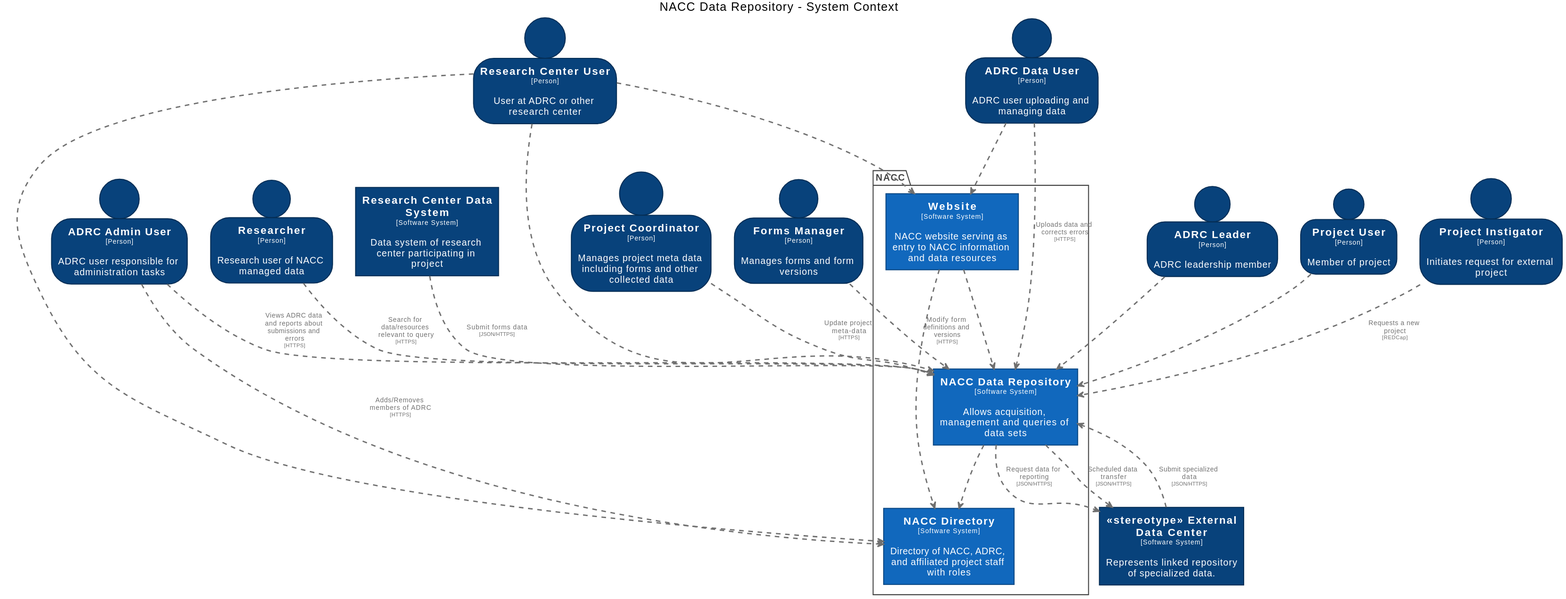
This is docs/images/structurizr-RepositoryContext.svg from naccdata/system-design, a PlantUML export, as it was before one commit.
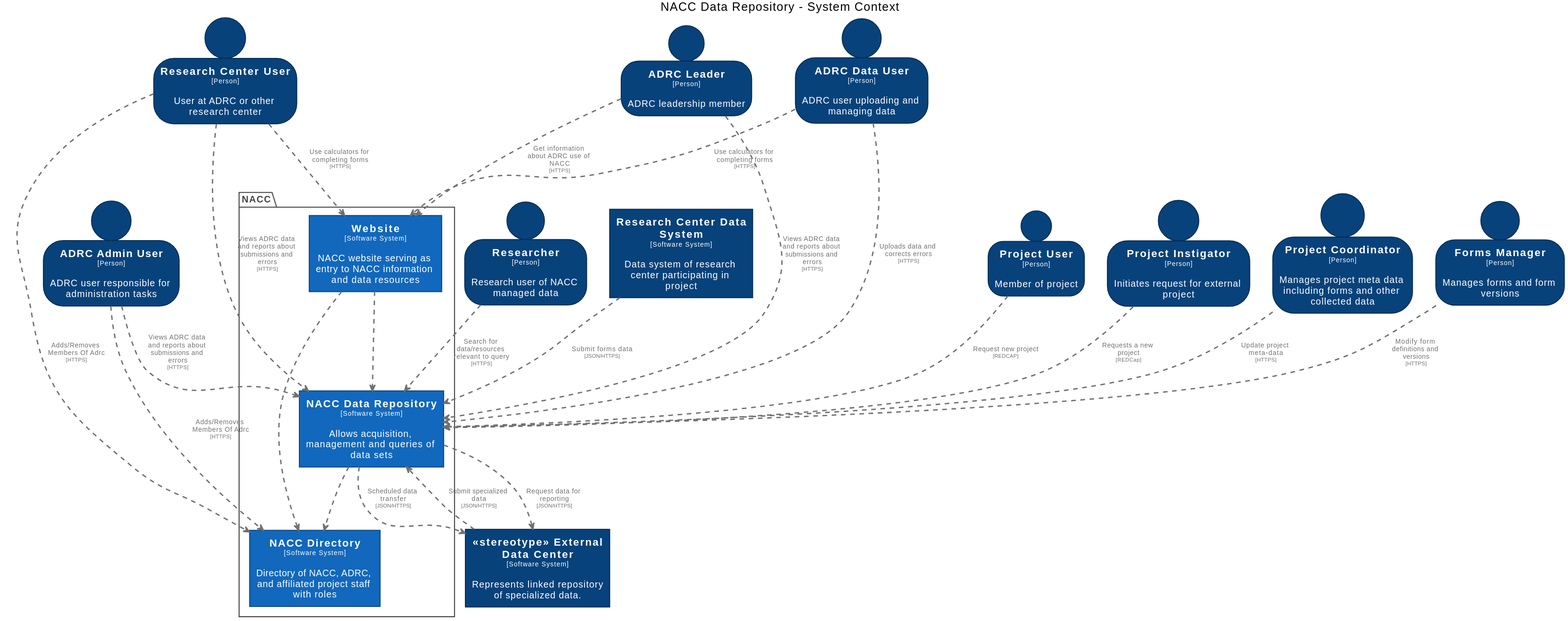
After the commit.

The edit, as a diff of the source:
```diff
@@ -107,16 +107,17 @@
 
 Website .[#707070,thickness=2].> NACCDataRepository : "<color:#707070>"
 Website .[#707070,thickness=2].> NACCDirectory : "<color:#707070>"
-ResearchCenterUser .[#707070,thickness=2].> Website : "<color:#707070>"
-ResearchCenterUser .[#707070,thickness=2].> NACCDirectory : "<color:#707070>"
-ResearchCenterUser .[#707070,thickness=2].> NACCDataRepository : "<color:#707070>"
+ResearchCenterUser .[#707070,thickness=2].> Website : "<color:#707070>Use calculators for completing forms\n<color:#707070><size:8>[HTTPS]</size>"
+ResearchCenterUser .[#707070,thickness=2].> NACCDirectory : "<color:#707070>Adds/Removes Members Of Adrc\n<color:#707070><size:8>[HTTPS]</size>"
+ResearchCenterUser .[#707070,thickness=2].> NACCDataRepository : "<color:#707070>Views ADRC data and reports about submissions and errors\n<color:#707070><size:8>[HTTPS]</size>"
 ADRCDataUser .[#707070,thickness=2].> NACCDataRepository : "<color:#707070>Uploads data and corrects errors\n<color:#707070><size:8>[HTTPS]</size>"
-ADRCDataUser .[#707070,thickness=2].> Website : "<color:#707070>"
-ADRCAdminUser .[#707070,thickness=2].> NACCDirectory : "<color:#707070>Adds/Removes members of ADRC\n<color:#707070><size:8>[HTTPS]</size>"
+ADRCDataUser .[#707070,thickness=2].> Website : "<color:#707070>Use calculators for completing forms\n<color:#707070><size:8>[HTTPS]</size>"
+ADRCAdminUser .[#707070,thickness=2].> NACCDirectory : "<color:#707070>Adds/Removes Members Of Adrc\n<color:#707070><size:8>[HTTPS]</size>"
 ADRCAdminUser .[#707070,thickness=2].> NACCDataRepository : "<color:#707070>Views ADRC data and reports about submissions and errors\n<color:#707070><size:8>[HTTPS]</size>"
-ADRCLeader .[#707070,thickness=2].> NACCDataRepository : "<color:#707070>"
+ADRCLeader .[#707070,thickness=2].> Website : "<color:#707070>Get information about ADRC use of NACC\n<color:#707070><size:8>[HTTPS]</size>"
 NACCDataRepository .[#707070,thickness=2].> NACCDirectory : "<color:#707070>"
-ProjectUser .[#707070,thickness=2].> NACCDataRepository : "<color:#707070>"
+ADRCLeader .[#707070,thickness=2].> NACCDataRepository : "<color:#707070>Views ADRC data and reports about submissions and errors\n<color:#707070><size:8>[HTTPS]</size>"
+ProjectUser .[#707070,thickness=2].> NACCDataRepository : "<color:#707070>Request new project\n<color:#707070><size:8>[REDCAP]</size>"
 ProjectInstigator .[#707070,thickness=2].> NACCDataRepository : "<color:#707070>Requests a new project\n<color:#707070><size:8>[REDCap]</size>"
 ProjectCoordinator .[#707070,thickness=2].> NACCDataRepository : "<color:#707070>Update project meta-data\n<color:#707070><size:8>[HTTPS]</size>"
 FormsManager .[#707070,thickness=2].> NACCDataRepository : "<color:#707070>Modify form definitions and versions\n<color:#707070><size:8>[HTTPS]</size>"
```
